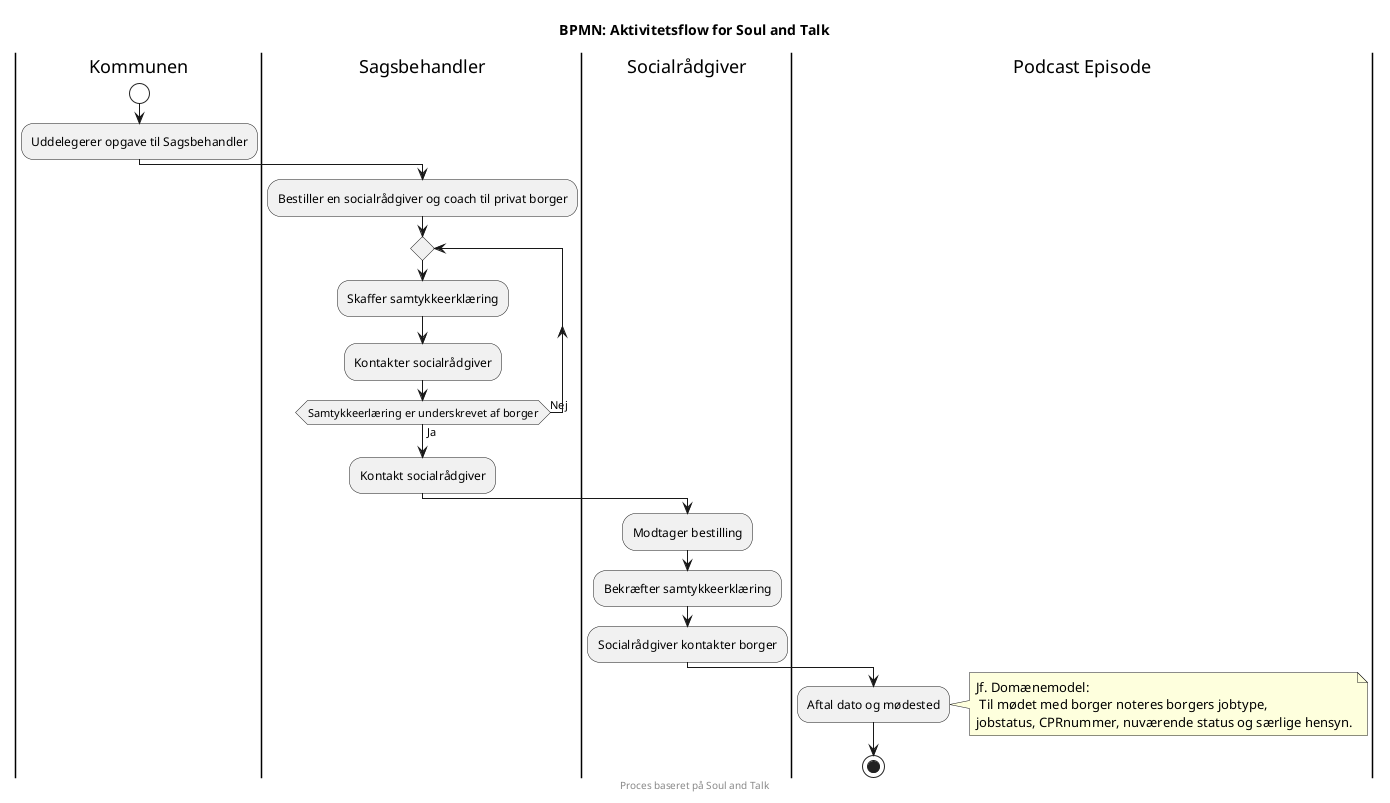
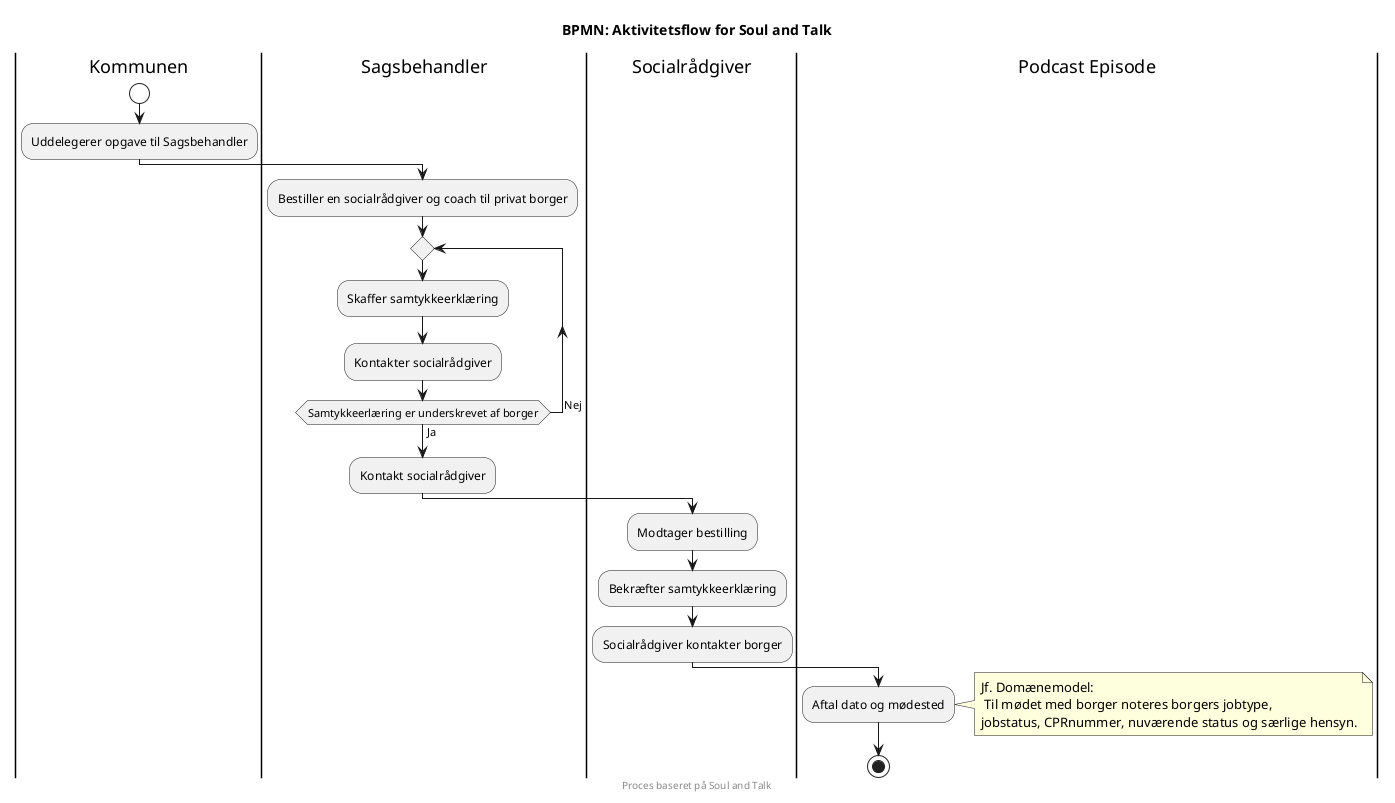
@startuml BPMN Soul and Talk
!define BPMN_ENTITY entity

skinparam ActivityStartColor white
skinparam ActivityEndColor black

title BPMN: Aktivitetsflow for Soul and Talk

|#White|Kommunen|
start
:Uddelegerer opgave til Sagsbehandler;

|#White|Sagsbehandler|
:Bestiller en socialrådgiver og coach til privat borger;
repeat
:Skaffer samtykkeerklæring;
:Kontakter socialrådgiver;
-   repeat while (Samtykkeerlæring er underskrevet af borger) is (Nej) not (Ja)
+   repeat while (Samtykkeerlæring er underskrevet af borger) is (     Nej) not (Ja)
  :Kontakt socialrådgiver;

|Socialrådgiver|
:Modtager bestilling;
:Bekræfter samtykkeerklæring;



|Socialrådgiver|
  :Socialrådgiver kontakter borger;
  |Podcast Episode|
  :Aftal dato og mødested;
  note right: Jf. Domænemodel:\n Til mødet med borger noteres borgers jobtype, \njobstatus, CPRnummer, nuværende status og særlige hensyn.
stop


footer Proces baseret på Soul and Talk
@enduml